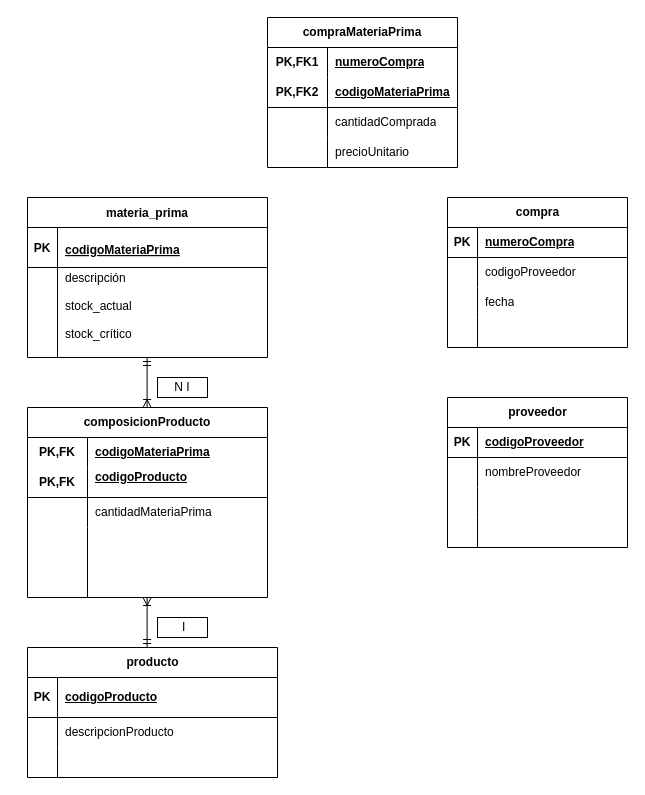
Earlier version of the draw.io diagram page "CAMPERITA.S.A." (1 of 2) of Diagrama sin título.drawio (VIOTTISOFIA/natalialeivajoyas). Source tidied: cells renumbered, new cells numbered last; positions are measured from the earlier drawing's top-left corner, leaving out a move shared by most shapes. Both pictures are drawn from the tidied source at 100%, with x=0, y=0 at pixel (27, 17).
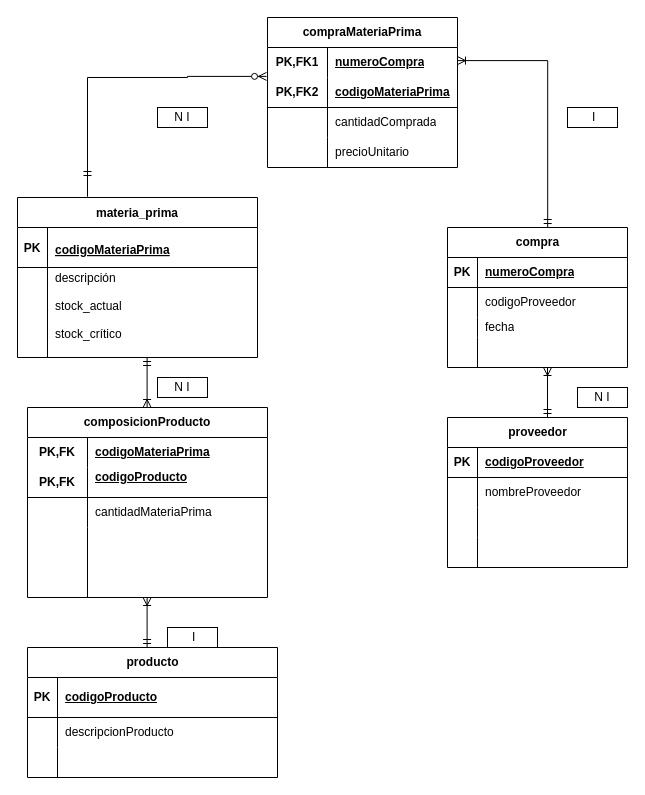
Above is the later version.

Commit message:
Actualizar Diagrama relacion entidad

Unchanged cells that the change refers to:
```xml
<mxCell id="66" style="shape=tableRow;horizontal=0;startSize=0;swimlaneHead=0;swimlaneBody=0;fillColor=none;points=[[0,0.5],[1,0.5]];portConstraint=eastwest;top=0;left=0;right=0;bottom=1;html=1;" parent="62" vertex="1">
  <mxGeometry y="60" width="190" height="30" as="geometry" />
</mxCell>
```

The edit, as a diff of the source:
```diff
@@
     <mxCell id="2" value="materia_prima" style="shape=table;startSize=30;childLayout=tableLayout;rowLines=0;fontStyle=1;align=center;" parent="1" vertex="1">
-      <mxGeometry y="180" width="240" height="160" as="geometry" />
+      <mxGeometry x="-10" y="180" width="240" height="160" as="geometry" />
     </mxCell>
@@
     <mxCell id="35" value="&amp;nbsp;I" style="whiteSpace=wrap;html=1;align=center;" parent="1" vertex="1">
-      <mxGeometry x="130" y="600" width="50" height="20" as="geometry" />
+      <mxGeometry x="540" y="90" width="50" height="20" as="geometry" />
     </mxCell>
     <mxCell id="36" value="compra" style="shape=table;startSize=30;childLayout=tableLayout;rowLines=0;fontStyle=1;align=center;html=1;" parent="1" vertex="1">
-      <mxGeometry x="420" y="180" width="180" height="150" as="geometry" />
+      <mxGeometry x="420" y="210" width="180" height="140" as="geometry" />
     </mxCell>
@@
     <mxCell id="43" style="shape=tableRow;horizontal=0;startSize=0;swimlaneHead=0;swimlaneBody=0;fillColor=none;top=0;left=0;right=0;bottom=0;" parent="36" vertex="1">
-      <mxGeometry y="90" width="180" height="30" as="geometry" />
+      <mxGeometry y="90" width="180" height="20" as="geometry" />
     </mxCell>
     <mxCell id="44" style="shape=partialRectangle;fillColor=none;top=0;left=0;bottom=0;right=0;overflow=hidden;whiteSpace=wrap;html=1;" parent="43" vertex="1">
-      <mxGeometry width="30" height="30" as="geometry" />
+      <mxGeometry width="30" height="20" as="geometry" />
     </mxCell>
     <mxCell id="45" value="fecha" style="shape=partialRectangle;fillColor=none;top=0;left=0;bottom=0;right=0;align=left;spacingLeft=6;overflow=hidden;whiteSpace=wrap;html=1;" parent="43" vertex="1">
-      <mxGeometry x="30" width="150" height="30" as="geometry" />
+      <mxGeometry x="30" width="150" height="20" as="geometry" />
     </mxCell>
     <mxCell id="46" style="shape=tableRow;horizontal=0;startSize=0;swimlaneHead=0;swimlaneBody=0;fillColor=none;top=0;left=0;right=0;bottom=0;" parent="36" vertex="1">
-      <mxGeometry y="120" width="180" height="30" as="geometry" />
+      <mxGeometry y="110" width="180" height="30" as="geometry" />
     </mxCell>
@@
     <mxCell id="49" value="proveedor" style="shape=table;startSize=30;childLayout=tableLayout;rowLines=0;fontStyle=1;align=center;html=1;" parent="1" vertex="1">
-      <mxGeometry x="420" y="380" width="180" height="150" as="geometry" />
+      <mxGeometry x="420" y="400" width="180" height="150" as="geometry" />
     </mxCell>
@@
+    <mxCell id="75" style="fontSize=12;html=1;endArrow=ERoneToMany;startArrow=ERmandOne;rounded=0;" parent="1" edge="1">
+      <mxGeometry relative="1" as="geometry">
+        <mxPoint x="520" y="400" as="sourcePoint" />
+        <mxPoint x="520" y="350" as="targetPoint" />
+      </mxGeometry>
+    </mxCell>
+    <mxCell id="76" style="edgeStyle=orthogonalEdgeStyle;fontSize=12;html=1;endArrow=ERoneToMany;startArrow=ERmandOne;rounded=0;exitX=0.612;exitY=-0.022;exitDx=0;exitDy=0;exitPerimeter=0;" parent="1" edge="1">
+      <mxGeometry relative="1" as="geometry">
+        <mxPoint x="520.2" y="210" as="sourcePoint" />
+        <mxPoint x="430" y="43.1" as="targetPoint" />
+        <Array as="points">
+          <mxPoint x="520" y="43.1" />
+        </Array>
+      </mxGeometry>
+    </mxCell>
+    <mxCell id="77" style="edgeStyle=orthogonalEdgeStyle;fontSize=12;html=1;endArrow=ERzeroToMany;startArrow=ERmandOne;rounded=0;entryX=-0.005;entryY=-0.037;entryDx=0;entryDy=0;entryPerimeter=0;" parent="1" edge="1" target="66">
+      <mxGeometry relative="1" as="geometry">
+        <mxPoint x="60" y="150" as="sourcePoint" />
+        <Array as="points">
+          <mxPoint x="60" y="179" />
+          <mxPoint x="60" y="60" />
+          <mxPoint x="160" y="60" />
+          <mxPoint x="160" y="59" />
+        </Array>
+      </mxGeometry>
+    </mxCell>
+    <mxCell id="78" value="N I" style="whiteSpace=wrap;html=1;align=center;" parent="1" vertex="1">
+      <mxGeometry x="130" y="90" width="50" height="20" as="geometry" />
+    </mxCell>
+    <mxCell id="79" value="N I" style="whiteSpace=wrap;html=1;align=center;" parent="1" vertex="1">
+      <mxGeometry x="550" y="370" width="50" height="20" as="geometry" />
+    </mxCell>
+    <mxCell id="80" value="&amp;nbsp;I" style="whiteSpace=wrap;html=1;align=center;" parent="1" vertex="1">
+      <mxGeometry x="140" y="610" width="50" height="20" as="geometry" />
+    </mxCell>
```
